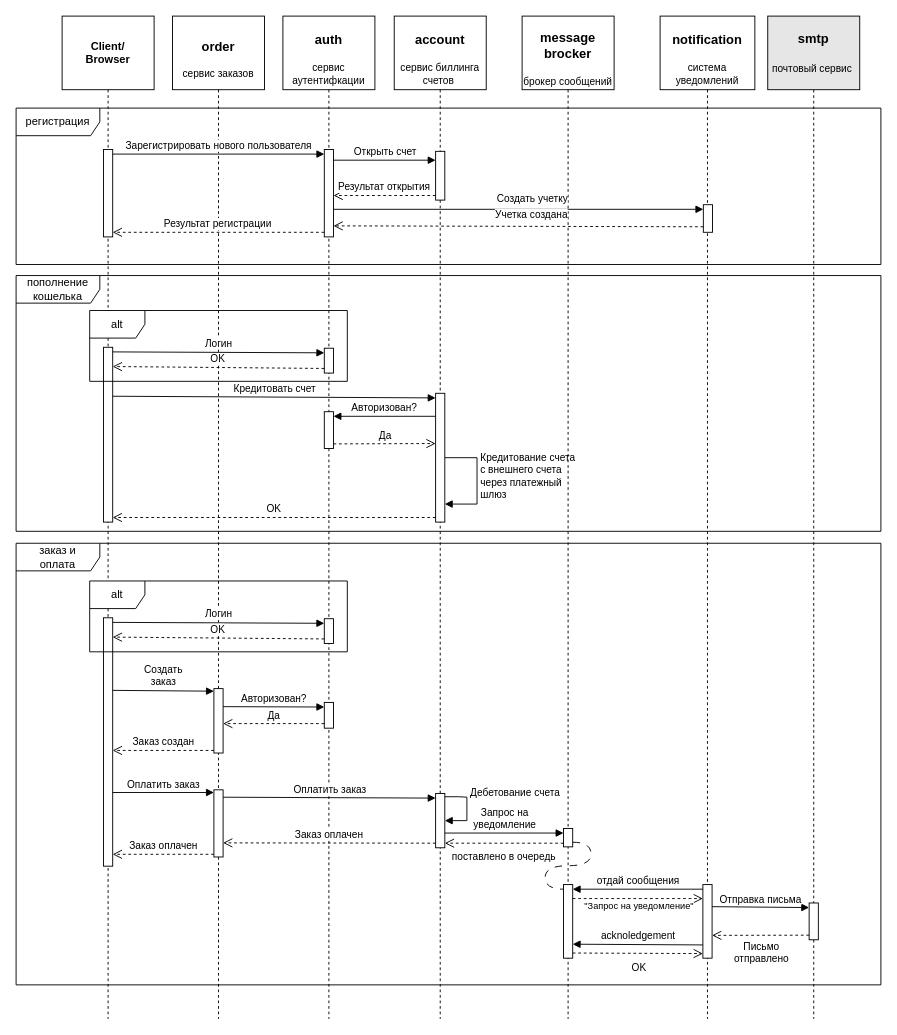
albyu/otus-homework-9 keeps this draw.io diagram as page "notification" (3 of 4) of doc/bil_notify.drawio. Above is the earlier version. Source tidied: cells renumbered, new cells numbered last; positions are measured from the earlier drawing's top-left corner, leaving out a move shared by most shapes. Both pictures are drawn from the tidied source at 92%, with x=0, y=0 at pixel (16, 16).
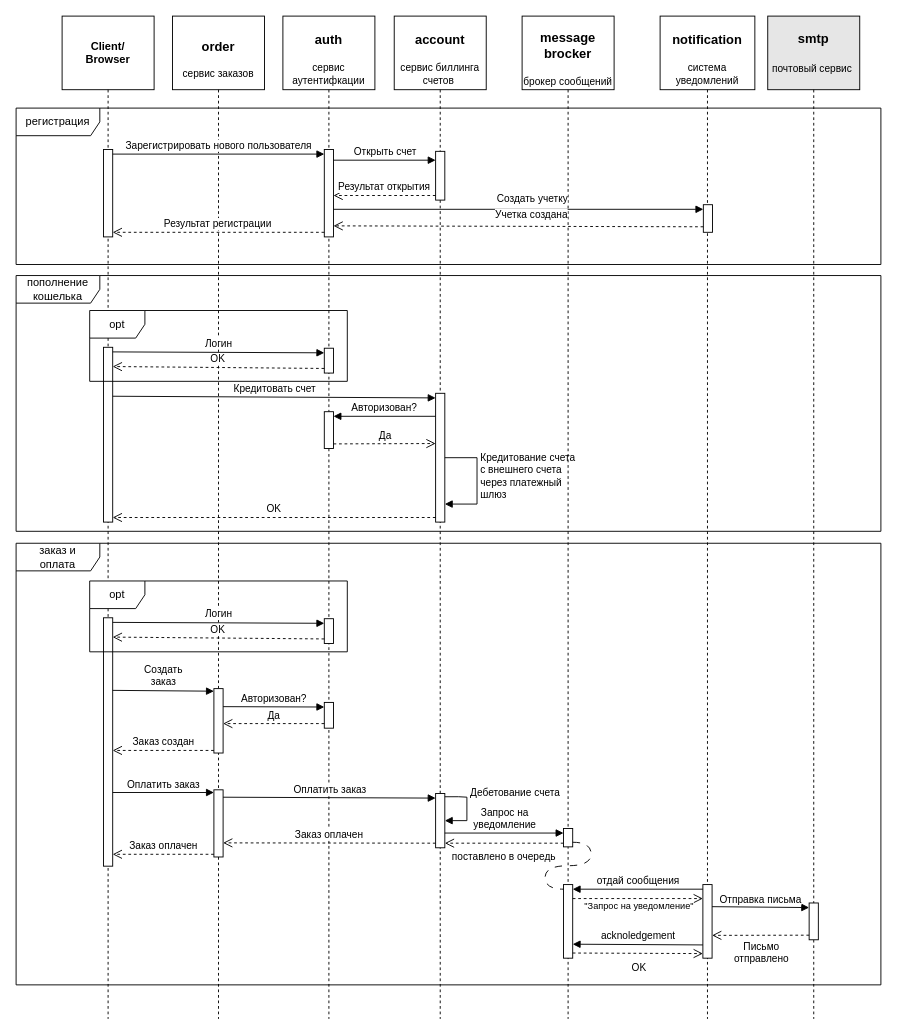
The same page after the edit.

The edit, as a diff of the source:
```diff
@@
-    <mxCell id="24" value="alt" style="shape=umlFrame;whiteSpace=wrap;html=1;" parent="1" vertex="1">
+    <mxCell id="24" value="opt" style="shape=umlFrame;whiteSpace=wrap;html=1;" parent="1" vertex="1">
       <mxGeometry x="80" y="320" width="280" height="77" as="geometry" />
     </mxCell>
@@
-    <mxCell id="38" value="alt" style="shape=umlFrame;whiteSpace=wrap;html=1;" parent="1" vertex="1">
+    <mxCell id="38" value="opt" style="shape=umlFrame;whiteSpace=wrap;html=1;" parent="1" vertex="1">
       <mxGeometry x="80" y="614" width="280" height="77" as="geometry" />
     </mxCell>
```
